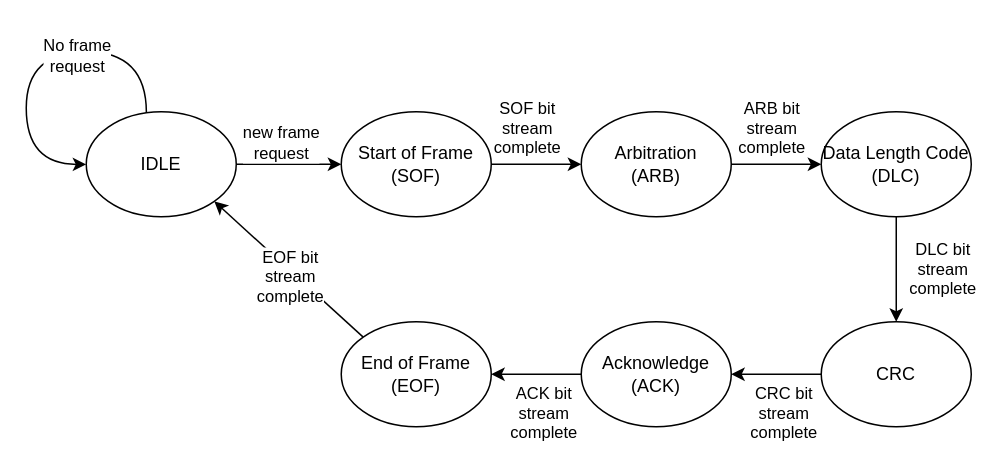
The draw.io diagram assets/CAN_FSM.drawio in CoreyFinch/CE-6325-Project-CAN-Bus-Controller, before the edit. Source tidied: cells renumbered, new cells numbered last; positions are measured from the earlier drawing's top-left corner, leaving out a move shared by most shapes. Both pictures are drawn from the tidied source at 150%, with x=0, y=0 at pixel (26, 51).
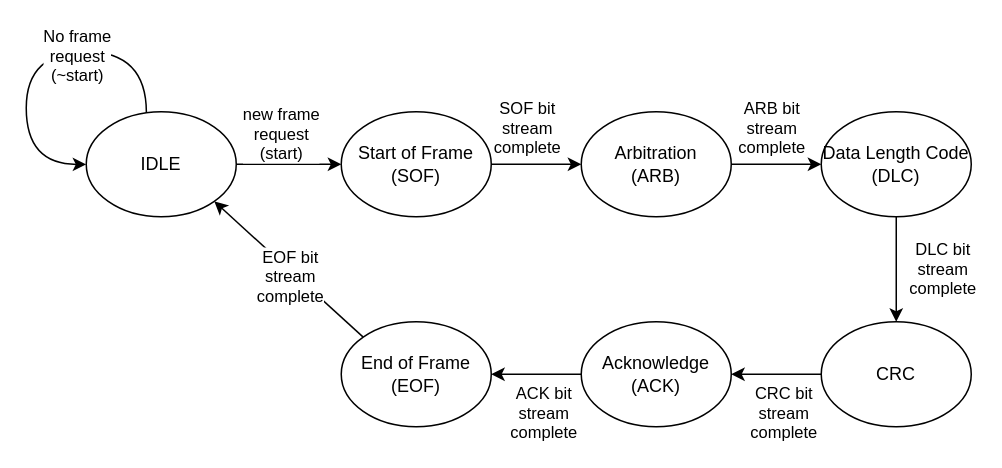
After the change.

The change refers to these unchanged cells:
```xml
<mxCell id="20" style="edgeStyle=orthogonalEdgeStyle;rounded=0;jettySize=auto;html=1;" parent="1" edge="1" source="24" target="4">
  <mxGeometry relative="1" as="geometry" />
</mxCell>
<mxCell id="22" style="edgeStyle=orthogonalEdgeStyle;curved=1;rounded=0;orthogonalLoop=1;jettySize=auto;html=1;innerLoopWaypoints=1;" parent="1" edge="1" source="24" target="24">
  <mxGeometry relative="1" as="geometry">
    <Array as="points">
      <mxPoint x="80.1" />
      <mxPoint />
      <mxPoint y="75.1" />
    </Array>
  </mxGeometry>
</mxCell>
```

The edit, as a diff of the source:
```diff
@@
-    <mxCell id="21" value="new frame&lt;div&gt;request&lt;/div&gt;" style="edgeLabel;html=1;align=center;verticalAlign=middle;" parent="20" vertex="1">
+    <mxCell id="21" value="new frame&lt;div&gt;request&lt;/div&gt;&lt;div&gt;(start)&lt;/div&gt;" style="edgeLabel;html=1;align=center;verticalAlign=middle;" parent="20" vertex="1">
       <mxGeometry x="-0.05" y="3" relative="1" as="geometry">
-        <mxPoint x="-4" y="-12" as="offset" />
+        <mxPoint x="-4" y="-18" as="offset" />
       </mxGeometry>
     </mxCell>
@@
-    <mxCell id="23" value="No frame&lt;div&gt;request&lt;/div&gt;" style="edgeLabel;html=1;align=center;verticalAlign=middle;" parent="22" vertex="1">
+    <mxCell id="23" value="No frame&lt;div&gt;request&lt;/div&gt;&lt;div&gt;(~start)&lt;/div&gt;" style="edgeLabel;html=1;align=center;verticalAlign=middle;" parent="22" vertex="1">
       <mxGeometry x="-0.26" y="2" relative="1" as="geometry" />
     </mxCell>
```
